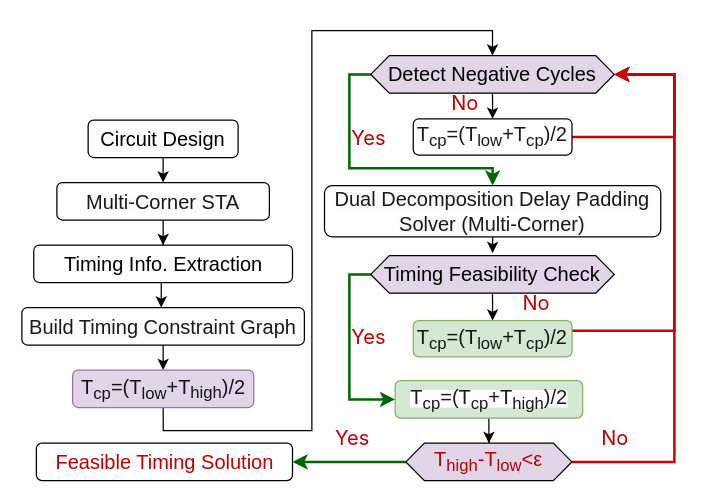
Above: framework.drawio in kxzhu0505/Delay-Padding-For-Multi-corner (draw.io), before the change. Source tidied: cells renumbered, new cells numbered last; positions are measured from the earlier drawing's top-left corner, leaving out a move shared by most shapes. Both pictures are drawn from the tidied source at 125%, with x=0, y=0 at pixel (21, 30).
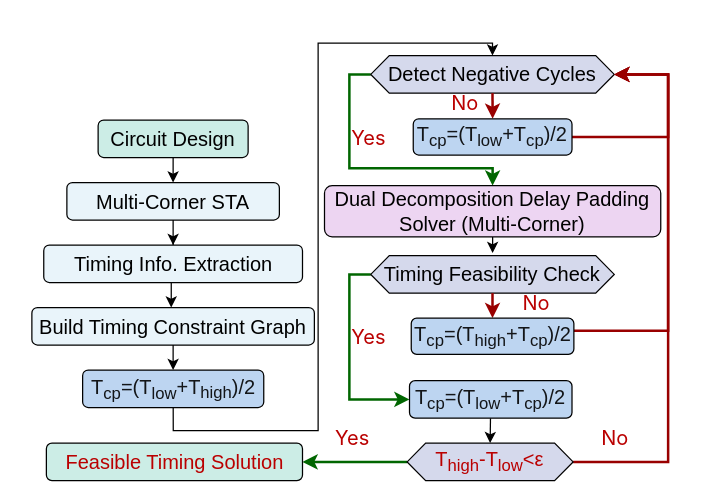
After the change.

Change to the diagram source:
```diff
@@
-    <mxCell id="5" value="&lt;span style=&quot;font-size: 16px;&quot;&gt;Detect Negative Cycles&lt;/span&gt;" style="shape=hexagon;perimeter=hexagonPerimeter2;whiteSpace=wrap;html=1;fixedSize=1;size=14.829999999999927;fillColor=#e1d5e7;strokeColor=#000000;" parent="1" vertex="1">
+    <mxCell id="5" value="&lt;span style=&quot;font-size: 16px;&quot;&gt;Detect Negative Cycles&lt;/span&gt;" style="shape=hexagon;perimeter=hexagonPerimeter2;whiteSpace=wrap;html=1;fixedSize=1;size=14.829999999999927;fillColor=light-dark(#d5d9ec, #392f3f);strokeColor=#000000;" parent="1" vertex="1">
       <mxGeometry x="279.1" y="20" width="194.8" height="30" as="geometry" />
     </mxCell>
-    <mxCell id="6" style="rounded=0;jettySize=auto;html=1;entryX=0.5;entryY=0;entryDx=0;entryDy=0;exitX=0.5;exitY=1;exitDx=0;exitDy=0;" parent="1" edge="1" source="5" target="28">
+    <mxCell id="6" style="rounded=0;jettySize=auto;html=1;entryX=0.5;entryY=0;entryDx=0;entryDy=0;exitX=0.5;exitY=1;exitDx=0;exitDy=0;strokeWidth=2;strokeColor=#990000;" parent="1" edge="1" source="5" target="28">
       <mxGeometry relative="1" as="geometry" />
     </mxCell>
     <mxCell id="7" style="edgeStyle=orthogonalEdgeStyle;rounded=0;jettySize=auto;html=1;entryX=0.5;entryY=0;entryDx=0;entryDy=0;" parent="1" edge="1" source="8">
       <mxGeometry relative="1" as="geometry">
-        <mxPoint x="113" y="121.5" as="targetPoint" />
+        <mxPoint x="121" y="121.5" as="targetPoint" />
       </mxGeometry>
     </mxCell>
-    <mxCell id="8" value="&lt;font style=&quot;font-size: 16px;&quot;&gt;Circuit Design&lt;/font&gt;" style="rounded=1;whiteSpace=wrap;html=1;" parent="1" vertex="1">
-      <mxGeometry x="53" y="71.5" width="120" height="30" as="geometry" />
+    <mxCell id="8" value="&lt;font style=&quot;font-size: 16px;&quot;&gt;Circuit Design&lt;/font&gt;" style="rounded=1;whiteSpace=wrap;html=1;fillColor=light-dark(#ccede6, #ededed);" parent="1" vertex="1">
+      <mxGeometry x="61" y="71.5" width="120" height="30" as="geometry" />
     </mxCell>
@@
-    <mxCell id="10" value="&lt;span style=&quot;margin: 0px; padding: 0px; border: 0px; font-variant-numeric: inherit; font-variant-east-asian: inherit; font-variant-alternates: inherit; font-variant-position: inherit; font-variant-emoji: inherit; font-stretch: inherit; line-height: inherit; font-optical-sizing: inherit; font-size-adjust: inherit; font-kerning: inherit; font-feature-settings: inherit; font-variation-settings: inherit; vertical-align: baseline; color: rgba(0, 0, 0, 0.9); text-align: left; background-color: rgb(252, 252, 252);&quot;&gt;&lt;font face=&quot;Helvetica&quot; style=&quot;font-size: 16px;&quot;&gt;Multi-Corner STA&lt;/font&gt;&lt;/span&gt;" style="rounded=1;whiteSpace=wrap;html=1;" parent="1" vertex="1">
-      <mxGeometry x="28" y="121.5" width="170" height="30" as="geometry" />
+    <mxCell id="10" value="&lt;font style=&quot;font-size: 16px;&quot;&gt;Multi-Corner STA&lt;/font&gt;" style="rounded=1;whiteSpace=wrap;html=1;fillColor=light-dark(#e9f4fa, #ededed);" parent="1" vertex="1">
+      <mxGeometry x="36" y="121.5" width="170" height="30" as="geometry" />
     </mxCell>
-    <mxCell id="11" value="&lt;font style=&quot;font-size: 16px;&quot;&gt;Timing Info. Extraction&lt;/font&gt;" style="rounded=1;whiteSpace=wrap;html=1;" parent="1" vertex="1">
-      <mxGeometry x="9.5" y="171.5" width="207" height="30" as="geometry" />
+    <mxCell id="11" value="&lt;font style=&quot;font-size: 16px;&quot;&gt;Timing Info. Extraction&lt;/font&gt;" style="rounded=1;whiteSpace=wrap;html=1;fillColor=light-dark(#e9f4fa, #ededed);" parent="1" vertex="1">
+      <mxGeometry x="17.5" y="171.5" width="207" height="30" as="geometry" />
     </mxCell>
     <mxCell id="12" style="edgeStyle=orthogonalEdgeStyle;rounded=0;orthogonalLoop=1;jettySize=auto;html=1;entryX=0.5;entryY=0;entryDx=0;entryDy=0;" parent="1" edge="1">
       <mxGeometry relative="1" as="geometry">
-        <mxPoint x="111.5" y="201.5" as="sourcePoint" />
-        <mxPoint x="111.5" y="221.5" as="targetPoint" />
+        <mxPoint x="119.5" y="201.5" as="sourcePoint" />
+        <mxPoint x="119.5" y="221.5" as="targetPoint" />
       </mxGeometry>
     </mxCell>
@@
-    <mxCell id="14" value="&lt;span style=&quot;margin: 0px; padding: 0px; border: 0px; font-variant-numeric: inherit; font-variant-east-asian: inherit; font-variant-alternates: inherit; font-variant-position: inherit; font-variant-emoji: inherit; font-stretch: inherit; line-height: inherit; font-optical-sizing: inherit; font-size-adjust: inherit; font-kerning: inherit; font-feature-settings: inherit; font-variation-settings: inherit; vertical-align: baseline; color: rgba(0, 0, 0, 0.9); text-align: left; background-color: rgb(252, 252, 252);&quot;&gt;&lt;font face=&quot;Helvetica&quot; style=&quot;font-size: 16px;&quot;&gt;Dual Decomposition Delay Padding Solver (Multi-Corner)&lt;/font&gt;&lt;/span&gt;" style="rounded=1;whiteSpace=wrap;html=1;" parent="1" vertex="1">
+    <mxCell id="14" value="&lt;font style=&quot;font-size: 16px;&quot;&gt;Dual Decomposition Delay Padding Solver (Multi-Corner)&lt;/font&gt;" style="rounded=1;whiteSpace=wrap;html=1;fillColor=#EDD5F2;strokeColor=light-dark(#000000, #d7817e);" parent="1" vertex="1">
       <mxGeometry x="242.1" y="124" width="269" height="41" as="geometry" />
     </mxCell>
-    <mxCell id="15" style="edgeStyle=orthogonalEdgeStyle;rounded=0;jettySize=auto;html=1;entryX=0.5;entryY=0;entryDx=0;entryDy=0;" parent="1" edge="1" source="17" target="31">
+    <mxCell id="15" style="rounded=0;jettySize=auto;html=1;entryX=0.5;entryY=0;entryDx=0;entryDy=0;" parent="1" edge="1" source="17" target="31">
       <mxGeometry relative="1" as="geometry" />
     </mxCell>
-    <mxCell id="16" style="edgeStyle=orthogonalEdgeStyle;rounded=0;jettySize=auto;html=1;entryX=1;entryY=0.5;entryDx=0;entryDy=0;exitX=1;exitY=0.5;exitDx=0;exitDy=0;strokeWidth=2;strokeColor=#CC0000;" parent="1" edge="1" source="31" target="5">
+    <mxCell id="16" style="edgeStyle=orthogonalEdgeStyle;rounded=0;jettySize=auto;html=1;entryX=1;entryY=0.5;entryDx=0;entryDy=0;exitX=1;exitY=0.5;exitDx=0;exitDy=0;strokeWidth=2;strokeColor=#990000;" parent="1" edge="1" source="31" target="5">
       <mxGeometry relative="1" as="geometry">
         <Array as="points">
-          <mxPoint x="522" y="345" />
-          <mxPoint x="522" y="35" />
+          <mxPoint x="517" y="345" />
+          <mxPoint x="517" y="35" />
         </Array>
       </mxGeometry>
     </mxCell>
-    <mxCell id="17" value="&lt;span style=&quot;background-color: light-dark(#ffffff, var(--ge-dark-color, #121212));&quot;&gt;&lt;font face=&quot;Helvetica&quot;&gt;&lt;span style=&quot;color: rgba(0, 0, 0, 0.9); font-size: 16px; text-align: left;&quot;&gt;&lt;span style=&quot;color: rgba(0, 0, 0, 0.9);&quot;&gt;T&lt;/span&gt;&lt;sub style=&quot;color: rgba(0, 0, 0, 0.9);&quot;&gt;cp&lt;/sub&gt;=(&lt;span style=&quot;color: rgba(0, 0, 0, 0.9);&quot;&gt;T&lt;/span&gt;&lt;sub style=&quot;color: rgba(0, 0, 0, 0.9);&quot;&gt;cp&lt;/sub&gt;+&lt;/span&gt;&lt;span style=&quot;color: rgba(0, 0, 0, 0.9); font-size: 16px; text-align: left;&quot;&gt;T&lt;sub style=&quot;&quot;&gt;high&lt;/sub&gt;)/2&lt;/span&gt;&lt;/font&gt;&lt;/span&gt;" style="rounded=1;whiteSpace=wrap;html=1;fillColor=#d5e8d4;strokeColor=#82b366;" parent="1" vertex="1">
-      <mxGeometry x="298.6" y="280" width="150" height="30" as="geometry" />
+    <mxCell id="17" value="&lt;span style=&quot;color: rgba(0, 0, 0, 0.9); font-size: 16px; text-align: left;&quot;&gt;&lt;span style=&quot;color: rgba(0, 0, 0, 0.9);&quot;&gt;T&lt;/span&gt;&lt;sub style=&quot;color: rgba(0, 0, 0, 0.9);&quot;&gt;cp&lt;/sub&gt;=(T&lt;sub&gt;low&lt;/sub&gt;+&lt;/span&gt;&lt;span style=&quot;color: rgba(0, 0, 0, 0.9); font-size: 16px; text-align: left;&quot;&gt;&lt;span style=&quot;color: rgba(0, 0, 0, 0.9);&quot;&gt;T&lt;/span&gt;&lt;sub style=&quot;color: rgba(0, 0, 0, 0.9);&quot;&gt;cp&lt;/sub&gt;)/2&lt;/span&gt;" style="rounded=1;whiteSpace=wrap;html=1;fillColor=light-dark(#bdd5f1, #1f2f1e);strokeColor=#000000;" parent="1" vertex="1">
+      <mxGeometry x="310.1" y="280" width="130" height="30" as="geometry" />
     </mxCell>
     <mxCell id="18" style="edgeStyle=orthogonalEdgeStyle;rounded=0;jettySize=auto;html=1;entryX=0.5;entryY=0;entryDx=0;entryDy=0;exitX=0.5;exitY=1;exitDx=0;exitDy=0;" parent="1" edge="1" source="35" target="5">
       <mxGeometry relative="1" as="geometry">
         <Array as="points">
-          <mxPoint x="113" y="320" />
-          <mxPoint x="232" y="320" />
-          <mxPoint x="232" />
-          <mxPoint x="377" />
+          <mxPoint x="121" y="320" />
+          <mxPoint x="237" y="320" />
+          <mxPoint x="237" y="10" />
+          <mxPoint x="377" y="10" />
         </Array>
       </mxGeometry>
     </mxCell>
@@
-    <mxCell id="20" value="&lt;span style=&quot;margin: 0px; padding: 0px; border: 0px; font-variant-numeric: inherit; font-variant-east-asian: inherit; font-variant-alternates: inherit; font-variant-position: inherit; font-variant-emoji: inherit; font-stretch: inherit; line-height: inherit; font-optical-sizing: inherit; font-size-adjust: inherit; font-kerning: inherit; font-feature-settings: inherit; font-variation-settings: inherit; vertical-align: baseline; color: rgba(0, 0, 0, 0.9); text-align: left; background-color: rgb(252, 252, 252);&quot;&gt;&lt;font face=&quot;Helvetica&quot; style=&quot;font-size: 16px;&quot;&gt;Build Timing Constraint Graph&lt;/font&gt;&lt;/span&gt;" style="rounded=1;whiteSpace=wrap;html=1;" parent="1" vertex="1">
-      <mxGeometry y="221.5" width="226" height="30" as="geometry" />
+    <mxCell id="20" value="&lt;font style=&quot;font-size: 16px;&quot;&gt;Build Timing Constraint Graph&lt;/font&gt;" style="rounded=1;whiteSpace=wrap;html=1;fillColor=light-dark(#e9f4fa, #ededed);" parent="1" vertex="1">
+      <mxGeometry x="8" y="221.5" width="226" height="30" as="geometry" />
     </mxCell>
@@
-    <mxCell id="22" value="&lt;div style=&quot;text-align: left;&quot;&gt;&lt;span style=&quot;background-color: transparent;&quot;&gt;&lt;font style=&quot;font-size: 16px;&quot; face=&quot;Helvetica&quot; color=&quot;rgba(0, 0, 0, 0.9)&quot;&gt;Feasible Timing Solution&lt;/font&gt;&lt;/span&gt;&lt;/div&gt;" style="rounded=1;whiteSpace=wrap;html=1;" parent="1" vertex="1">
-      <mxGeometry x="11.6" y="330" width="204.9" height="30" as="geometry" />
+    <mxCell id="22" value="&lt;div style=&quot;text-align: left;&quot;&gt;&lt;span style=&quot;background-color: transparent;&quot;&gt;&lt;font style=&quot;font-size: 16px;&quot; face=&quot;Helvetica&quot; color=&quot;rgba(0, 0, 0, 0.9)&quot;&gt;Feasible Timing Solution&lt;/font&gt;&lt;/span&gt;&lt;/div&gt;" style="rounded=1;whiteSpace=wrap;html=1;fillColor=light-dark(#ccede6, #ededed);" parent="1" vertex="1">
+      <mxGeometry x="19.6" y="330" width="204.9" height="30" as="geometry" />
     </mxCell>
@@
-    <mxCell id="27" style="edgeStyle=orthogonalEdgeStyle;rounded=0;jettySize=auto;html=1;entryX=1;entryY=0.5;entryDx=0;entryDy=0;exitX=1;exitY=0.5;exitDx=0;exitDy=0;strokeWidth=2;strokeColor=#CC0000;" parent="1" edge="1" source="28" target="5">
+    <mxCell id="27" style="edgeStyle=orthogonalEdgeStyle;rounded=0;jettySize=auto;html=1;entryX=1;entryY=0.5;entryDx=0;entryDy=0;exitX=1;exitY=0.5;exitDx=0;exitDy=0;strokeWidth=2;strokeColor=#990000;" parent="1" edge="1" source="28" target="5">
       <mxGeometry relative="1" as="geometry">
         <Array as="points">
-          <mxPoint x="522" y="85" />
-          <mxPoint x="522" y="35" />
+          <mxPoint x="517" y="85" />
+          <mxPoint x="517" y="35" />
         </Array>
       </mxGeometry>
     </mxCell>
-    <mxCell id="28" value="&lt;span&gt;&lt;font face=&quot;Helvetica&quot;&gt;&lt;span style=&quot;color: rgba(0, 0, 0, 0.9); font-size: 16px; text-align: left;&quot;&gt;&lt;span style=&quot;color: rgba(0, 0, 0, 0.9);&quot;&gt;T&lt;/span&gt;&lt;sub style=&quot;color: rgba(0, 0, 0, 0.9);&quot;&gt;cp&lt;/sub&gt;=(T&lt;sub style=&quot;&quot;&gt;low&lt;/sub&gt;+&lt;/span&gt;&lt;span style=&quot;color: rgba(0, 0, 0, 0.9); font-size: 16px; text-align: left;&quot;&gt;&lt;span style=&quot;color: rgba(0, 0, 0, 0.9);&quot;&gt;T&lt;/span&gt;&lt;sub style=&quot;color: rgba(0, 0, 0, 0.9);&quot;&gt;cp&lt;/sub&gt;)/2&lt;/span&gt;&lt;/font&gt;&lt;/span&gt;" style="rounded=1;whiteSpace=wrap;html=1;" parent="1" vertex="1">
+    <mxCell id="28" value="&lt;span&gt;&lt;font face=&quot;Helvetica&quot;&gt;&lt;span style=&quot;color: rgba(0, 0, 0, 0.9); font-size: 16px; text-align: left;&quot;&gt;&lt;span style=&quot;color: rgba(0, 0, 0, 0.9);&quot;&gt;T&lt;/span&gt;&lt;sub style=&quot;color: rgba(0, 0, 0, 0.9);&quot;&gt;cp&lt;/sub&gt;=(T&lt;sub style=&quot;&quot;&gt;low&lt;/sub&gt;+&lt;/span&gt;&lt;span style=&quot;color: rgba(0, 0, 0, 0.9); font-size: 16px; text-align: left;&quot;&gt;&lt;span style=&quot;color: rgba(0, 0, 0, 0.9);&quot;&gt;T&lt;/span&gt;&lt;sub style=&quot;color: rgba(0, 0, 0, 0.9);&quot;&gt;cp&lt;/sub&gt;)/2&lt;/span&gt;&lt;/font&gt;&lt;/span&gt;" style="rounded=1;whiteSpace=wrap;html=1;fillColor=light-dark(#bdd5f1, #1f2f1e);strokeColor=#000000;" parent="1" vertex="1">
       <mxGeometry x="313.1" y="70.5" width="127" height="29" as="geometry" />
     </mxCell>
@@
-    <mxCell id="30" value="&lt;font style=&quot;font-size: 16px;&quot;&gt;Timing Feasibility&amp;nbsp;&lt;/font&gt;&lt;span style=&quot;font-size: 16px; background-color: transparent; color: light-dark(rgb(0, 0, 0), rgb(255, 255, 255));&quot;&gt;Check&lt;/span&gt;" style="shape=hexagon;perimeter=hexagonPerimeter2;whiteSpace=wrap;html=1;fixedSize=1;size=14.829999999999927;fillColor=#e1d5e7;strokeColor=#000000;" parent="1" vertex="1">
+    <mxCell id="30" value="&lt;font style=&quot;font-size: 16px;&quot;&gt;Timing Feasibility&amp;nbsp;&lt;/font&gt;&lt;span style=&quot;font-size: 16px; background-color: transparent; color: light-dark(rgb(0, 0, 0), rgb(255, 255, 255));&quot;&gt;Check&lt;/span&gt;" style="shape=hexagon;perimeter=hexagonPerimeter2;whiteSpace=wrap;html=1;fixedSize=1;size=14.829999999999927;fillColor=light-dark(#d5d9ec, #392f3f);strokeColor=#000000;" parent="1" vertex="1">
       <mxGeometry x="279.1" y="180" width="194.8" height="30" as="geometry" />
     </mxCell>
-    <mxCell id="31" value="&lt;div style=&quot;text-align: left;&quot;&gt;&lt;font color=&quot;rgba(0, 0, 0, 0.9)&quot;&gt;&lt;span style=&quot;font-size: 16px;&quot;&gt;T&lt;sub&gt;high&lt;/sub&gt;-T&lt;sub&gt;low&lt;/sub&gt;&amp;lt;ε&lt;/span&gt;&lt;/font&gt;&lt;/div&gt;" style="shape=hexagon;perimeter=hexagonPerimeter2;whiteSpace=wrap;html=1;fixedSize=1;size=14.829999999999927;fillColor=#e1d5e7;strokeColor=#000000;" parent="1" vertex="1">
-      <mxGeometry x="307.2" y="330" width="132.8" height="30" as="geometry" />
+    <mxCell id="31" value="&lt;div style=&quot;text-align: left;&quot;&gt;&lt;font color=&quot;rgba(0, 0, 0, 0.9)&quot;&gt;&lt;span style=&quot;font-size: 16px;&quot;&gt;T&lt;sub&gt;high&lt;/sub&gt;-T&lt;sub&gt;low&lt;/sub&gt;&amp;lt;ε&lt;/span&gt;&lt;/font&gt;&lt;/div&gt;" style="shape=hexagon;perimeter=hexagonPerimeter2;whiteSpace=wrap;html=1;fixedSize=1;size=14.829999999999927;fillColor=light-dark(#d5d9ec, #392f3f);strokeColor=#000000;" parent="1" vertex="1">
+      <mxGeometry x="308.2" y="330" width="132.8" height="30" as="geometry" />
     </mxCell>
-    <mxCell id="32" style="rounded=0;jettySize=auto;html=1;entryX=0.5;entryY=0;entryDx=0;entryDy=0;exitX=0.5;exitY=1;exitDx=0;exitDy=0;" parent="1" edge="1" source="30" target="34">
+    <mxCell id="32" style="rounded=0;jettySize=auto;html=1;entryX=0.5;entryY=0;entryDx=0;entryDy=0;exitX=0.5;exitY=1;exitDx=0;exitDy=0;strokeWidth=2;strokeColor=#990000;" parent="1" edge="1" source="30" target="34">
       <mxGeometry relative="1" as="geometry" />
     </mxCell>
-    <mxCell id="33" style="edgeStyle=orthogonalEdgeStyle;rounded=0;jettySize=auto;html=1;entryX=1;entryY=0.5;entryDx=0;entryDy=0;strokeWidth=2;strokeColor=#CC0000;" parent="1" edge="1" source="34" target="5">
+    <mxCell id="33" style="edgeStyle=orthogonalEdgeStyle;rounded=0;jettySize=auto;html=1;entryX=1;entryY=0.5;entryDx=0;entryDy=0;strokeWidth=2;strokeColor=#990000;" parent="1" edge="1" source="34" target="5">
       <mxGeometry relative="1" as="geometry">
         <Array as="points">
-          <mxPoint x="522" y="240" />
-          <mxPoint x="522" y="35" />
+          <mxPoint x="517" y="240" />
+          <mxPoint x="517" y="35" />
         </Array>
       </mxGeometry>
     </mxCell>
-    <mxCell id="34" value="&lt;span&gt;&lt;font face=&quot;Helvetica&quot;&gt;&lt;span style=&quot;color: rgba(0, 0, 0, 0.9); font-size: 16px; text-align: left;&quot;&gt;&lt;span style=&quot;color: rgba(0, 0, 0, 0.9);&quot;&gt;T&lt;/span&gt;&lt;sub style=&quot;color: rgba(0, 0, 0, 0.9);&quot;&gt;cp&lt;/sub&gt;=(T&lt;sub style=&quot;&quot;&gt;low&lt;/sub&gt;+&lt;/span&gt;&lt;span style=&quot;color: rgba(0, 0, 0, 0.9); font-size: 16px; text-align: left;&quot;&gt;&lt;span style=&quot;color: rgba(0, 0, 0, 0.9);&quot;&gt;T&lt;/span&gt;&lt;sub style=&quot;color: rgba(0, 0, 0, 0.9);&quot;&gt;cp&lt;/sub&gt;)/2&lt;/span&gt;&lt;/font&gt;&lt;/span&gt;" style="rounded=1;whiteSpace=wrap;html=1;fillColor=#d5e8d4;strokeColor=#82b366;" parent="1" vertex="1">
-      <mxGeometry x="313.1" y="232" width="127" height="29" as="geometry" />
+    <mxCell id="34" value="&lt;span style=&quot;color: rgba(0, 0, 0, 0.9); font-size: 16px; text-align: left;&quot;&gt;&lt;span style=&quot;color: rgba(0, 0, 0, 0.9);&quot;&gt;T&lt;/span&gt;&lt;sub style=&quot;color: rgba(0, 0, 0, 0.9);&quot;&gt;cp&lt;/sub&gt;=(&lt;span style=&quot;color: rgba(0, 0, 0, 0.9);&quot;&gt;T&lt;/span&gt;&lt;sub style=&quot;color: rgba(0, 0, 0, 0.9);&quot;&gt;high&lt;/sub&gt;+&lt;/span&gt;&lt;span style=&quot;color: rgba(0, 0, 0, 0.9); font-size: 16px; text-align: left;&quot;&gt;&lt;span style=&quot;color: rgba(0, 0, 0, 0.9);&quot;&gt;T&lt;/span&gt;&lt;sub style=&quot;color: rgba(0, 0, 0, 0.9);&quot;&gt;cp&lt;/sub&gt;)/2&lt;/span&gt;" style="rounded=1;whiteSpace=wrap;html=1;fillColor=light-dark(#bdd5f1, #1f2f1e);strokeColor=#000000;" parent="1" vertex="1">
+      <mxGeometry x="311.5" y="230" width="130.1" height="29" as="geometry" />
     </mxCell>
-    <mxCell id="35" value="&lt;span&gt;&lt;font face=&quot;Helvetica&quot;&gt;&lt;span style=&quot;color: rgba(0, 0, 0, 0.9); font-size: 16px; text-align: left;&quot;&gt;&lt;span style=&quot;color: rgba(0, 0, 0, 0.9);&quot;&gt;T&lt;/span&gt;&lt;sub style=&quot;color: rgba(0, 0, 0, 0.9);&quot;&gt;cp&lt;/sub&gt;=(T&lt;sub style=&quot;&quot;&gt;low&lt;/sub&gt;+&lt;/span&gt;&lt;/font&gt;&lt;/span&gt;&lt;span style=&quot;color: rgba(0, 0, 0, 0.9); font-size: 16px; text-align: left;&quot;&gt;T&lt;/span&gt;&lt;sub style=&quot;color: rgba(0, 0, 0, 0.9); text-align: left;&quot;&gt;&lt;font style=&quot;font-size: 13.3333px;&quot;&gt;high&lt;/font&gt;&lt;/sub&gt;&lt;span&gt;&lt;font face=&quot;Helvetica&quot;&gt;&lt;span style=&quot;color: rgba(0, 0, 0, 0.9); font-size: 16px; text-align: left;&quot;&gt;)/2&lt;/span&gt;&lt;/font&gt;&lt;/span&gt;" style="rounded=1;whiteSpace=wrap;html=1;fillColor=#e1d5e7;strokeColor=#9673a6;" parent="1" vertex="1">
-      <mxGeometry x="40.6" y="271.5" width="144.9" height="30" as="geometry" />
+    <mxCell id="35" value="&lt;span&gt;&lt;font face=&quot;Helvetica&quot;&gt;&lt;span style=&quot;color: rgba(0, 0, 0, 0.9); font-size: 16px; text-align: left;&quot;&gt;&lt;span style=&quot;color: rgba(0, 0, 0, 0.9);&quot;&gt;T&lt;/span&gt;&lt;sub style=&quot;color: rgba(0, 0, 0, 0.9);&quot;&gt;cp&lt;/sub&gt;=(T&lt;sub style=&quot;&quot;&gt;low&lt;/sub&gt;+&lt;/span&gt;&lt;/font&gt;&lt;/span&gt;&lt;span style=&quot;color: rgba(0, 0, 0, 0.9); font-size: 16px; text-align: left;&quot;&gt;T&lt;/span&gt;&lt;sub style=&quot;color: rgba(0, 0, 0, 0.9); text-align: left;&quot;&gt;&lt;font style=&quot;font-size: 13.3333px;&quot;&gt;high&lt;/font&gt;&lt;/sub&gt;&lt;span&gt;&lt;font face=&quot;Helvetica&quot;&gt;&lt;span style=&quot;color: rgba(0, 0, 0, 0.9); font-size: 16px; text-align: left;&quot;&gt;)/2&lt;/span&gt;&lt;/font&gt;&lt;/span&gt;" style="rounded=1;whiteSpace=wrap;html=1;fillColor=light-dark(#bdd5f1, #1f2f1e);strokeColor=#000000;" parent="1" vertex="1">
+      <mxGeometry x="48.6" y="271.5" width="144.9" height="30" as="geometry" />
     </mxCell>
```
